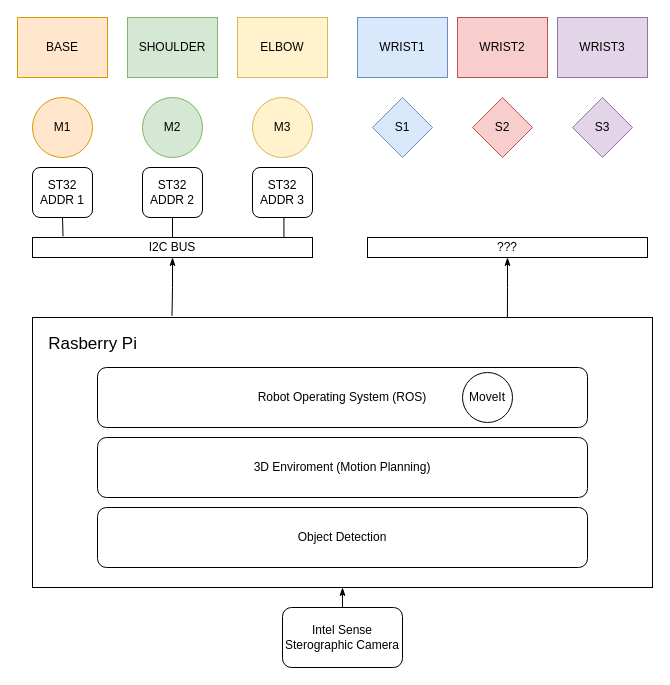
This is SystemTopography.drawio from darisoy/RobotArm, a draw.io file, before an edit. Source tidied: cells renumbered, new cells numbered last; positions are measured from the earlier drawing's top-left corner, leaving out a move shared by most shapes. Both pictures are drawn from the tidied source at 100%, with x=0, y=0 at pixel (17, 17).
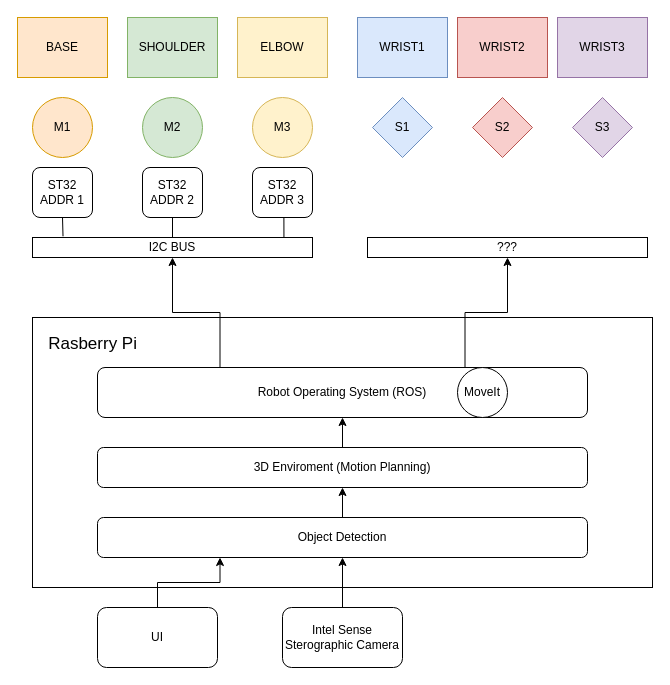
The same diagram, later.

Unchanged cells that the change refers to:
```xml
<mxCell id="16" value="I2C BUS" style="rounded=0;whiteSpace=wrap;html=1;" parent="1" vertex="1">
  <mxGeometry x="15" y="220" width="280" height="20" as="geometry" />
</mxCell>
<mxCell id="23" value="???" style="rounded=0;whiteSpace=wrap;html=1;" parent="1" vertex="1">
  <mxGeometry x="350" y="220" width="280" height="20" as="geometry" />
</mxCell>
<mxCell id="24" value="&lt;font style=&quot;font-size: 17px&quot;&gt;&amp;nbsp; &amp;nbsp;Rasberry Pi&lt;br&gt;&lt;/font&gt;&lt;br&gt;&lt;br&gt;&lt;br&gt;&lt;br&gt;&lt;br&gt;&lt;br&gt;&lt;br&gt;&lt;br&gt;&lt;br&gt;&lt;br&gt;&lt;br&gt;&lt;br&gt;&lt;br&gt;&lt;br&gt;&lt;br&gt;" style="rounded=0;whiteSpace=wrap;html=1;align=left;" parent="1" vertex="1">
  <mxGeometry x="15" y="300" width="620" height="270" as="geometry" />
</mxCell>
<mxCell id="29" value="Intel Sense Sterographic Camera" style="rounded=1;whiteSpace=wrap;html=1;" parent="1" vertex="1">
  <mxGeometry x="265" y="590" width="120" height="60" as="geometry" />
</mxCell>
```

Diff of the diagram source:
```diff
@@
-    <mxCell id="15" style="edgeStyle=orthogonalEdgeStyle;rounded=0;jettySize=auto;html=1;exitX=0.5;exitY=1;exitDx=0;exitDy=0;entryX=0.225;entryY=-0.006;entryDx=0;entryDy=0;entryPerimeter=0;endArrow=none;endFill=0;startArrow=classicThin;startFill=1;" parent="1" edge="1" source="16" target="24">
-      <mxGeometry relative="1" as="geometry" />
-    </mxCell>
@@
-    <mxCell id="22" style="edgeStyle=orthogonalEdgeStyle;rounded=0;jettySize=auto;html=1;exitX=0.5;exitY=1;exitDx=0;exitDy=0;entryX=0.766;entryY=-0.001;entryDx=0;entryDy=0;entryPerimeter=0;endArrow=none;endFill=0;startArrow=classicThin;startFill=1;" parent="1" edge="1" source="23" target="24">
-      <mxGeometry relative="1" as="geometry" />
-    </mxCell>
@@
+    <mxCell id="31" style="edgeStyle=orthogonalEdgeStyle;rounded=0;jettySize=auto;html=1;exitX=0.75;exitY=0;exitDx=0;exitDy=0;entryX=0.5;entryY=1;entryDx=0;entryDy=0;" parent="1" edge="1" source="25" target="23">
+      <mxGeometry relative="1" as="geometry" />
+    </mxCell>
+    <mxCell id="32" style="edgeStyle=orthogonalEdgeStyle;rounded=0;jettySize=auto;html=1;exitX=0.25;exitY=0;exitDx=0;exitDy=0;entryX=0.5;entryY=1;entryDx=0;entryDy=0;" parent="1" edge="1" source="25" target="16">
+      <mxGeometry relative="1" as="geometry" />
+    </mxCell>
     <mxCell id="25" value="Robot Operating System (ROS)" style="rounded=1;whiteSpace=wrap;html=1;" parent="1" vertex="1">
-      <mxGeometry x="80" y="350" width="490" height="60" as="geometry" />
+      <mxGeometry x="80" y="350" width="490" height="50" as="geometry" />
     </mxCell>
+    <mxCell id="33" style="edgeStyle=orthogonalEdgeStyle;rounded=0;jettySize=auto;html=1;exitX=0.5;exitY=0;exitDx=0;exitDy=0;entryX=0.5;entryY=1;entryDx=0;entryDy=0;" parent="1" edge="1" source="26" target="27">
+      <mxGeometry relative="1" as="geometry" />
+    </mxCell>
     <mxCell id="26" value="Object Detection" style="rounded=1;whiteSpace=wrap;html=1;" parent="1" vertex="1">
-      <mxGeometry x="80" y="490" width="490" height="60" as="geometry" />
+      <mxGeometry x="80" y="500" width="490" height="40" as="geometry" />
     </mxCell>
+    <mxCell id="34" style="edgeStyle=orthogonalEdgeStyle;rounded=0;jettySize=auto;html=1;exitX=0.5;exitY=0;exitDx=0;exitDy=0;entryX=0.5;entryY=1;entryDx=0;entryDy=0;" parent="1" edge="1" source="27" target="25">
+      <mxGeometry relative="1" as="geometry" />
+    </mxCell>
     <mxCell id="27" value="3D Enviroment (Motion Planning)" style="rounded=1;whiteSpace=wrap;html=1;" parent="1" vertex="1">
-      <mxGeometry x="80" y="420" width="490" height="60" as="geometry" />
+      <mxGeometry x="80" y="430" width="490" height="40" as="geometry" />
     </mxCell>
-    <mxCell id="28" style="edgeStyle=orthogonalEdgeStyle;rounded=0;jettySize=auto;html=1;exitX=0.5;exitY=1;exitDx=0;exitDy=0;entryX=0.5;entryY=0;entryDx=0;entryDy=0;startArrow=classicThin;startFill=1;endArrow=none;endFill=0;" parent="1" edge="1" source="24" target="29">
-      <mxGeometry relative="1" as="geometry" />
-    </mxCell>
+    <mxCell id="35" style="edgeStyle=orthogonalEdgeStyle;rounded=0;jettySize=auto;html=1;exitX=0.5;exitY=0;exitDx=0;exitDy=0;" parent="1" edge="1" source="29" target="26">
+      <mxGeometry relative="1" as="geometry" />
+    </mxCell>
@@
     <mxCell id="30" value="MoveIt" style="ellipse;whiteSpace=wrap;html=1;" parent="1" vertex="1">
-      <mxGeometry x="445" y="355" width="50" height="50" as="geometry" />
+      <mxGeometry x="440" y="350" width="50" height="50" as="geometry" />
     </mxCell>
+    <mxCell id="36" style="edgeStyle=orthogonalEdgeStyle;rounded=0;orthogonalLoop=1;jettySize=auto;html=1;exitX=0.5;exitY=1;exitDx=0;exitDy=0;" parent="1" edge="1" source="25" target="25">
+      <mxGeometry relative="1" as="geometry" />
+    </mxCell>
+    <mxCell id="37" style="edgeStyle=orthogonalEdgeStyle;rounded=0;jettySize=auto;html=1;exitX=0.5;exitY=0;exitDx=0;exitDy=0;entryX=0.25;entryY=1;entryDx=0;entryDy=0;" parent="1" edge="1" source="38" target="26">
+      <mxGeometry relative="1" as="geometry" />
+    </mxCell>
+    <mxCell id="38" value="UI" style="rounded=1;whiteSpace=wrap;html=1;" parent="1" vertex="1">
+      <mxGeometry x="80" y="590" width="120" height="60" as="geometry" />
+    </mxCell>
```
